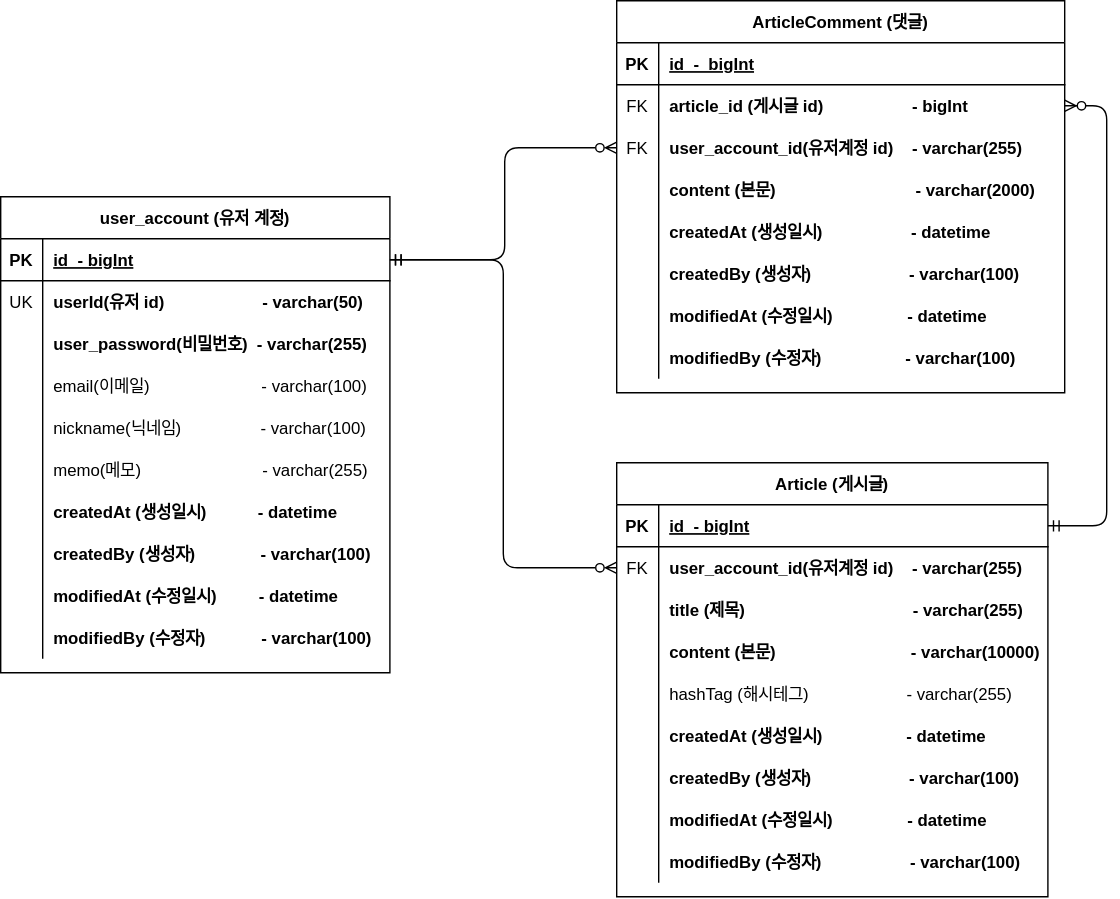
Earlier version of the draw.io export document/project-board.svg (buchonsi/board-service). Source tidied: cells renumbered, new cells last; positions are measured from the earlier drawing's top-left corner, leaving out a move shared by most shapes.
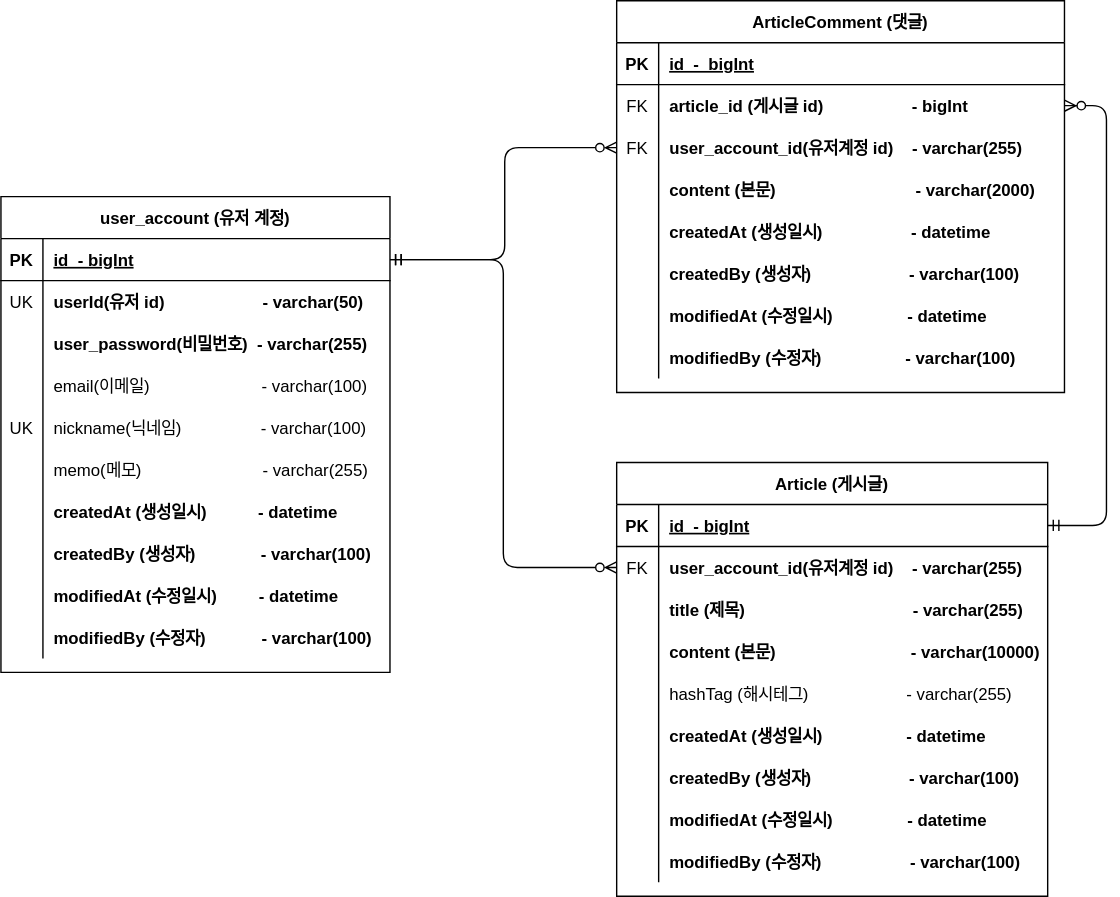
The same diagram one commit later.

Commit message:
ERD user_account email UK 추가 : project-board.svg

Diff of the diagram source:
```diff
@@ -212,7 +212,7 @@
     <mxCell id="69" style="shape=partialRectangle;fillColor=none;top=0;left=0;right=0;bottom=0;" parent="56" vertex="1">
       <mxGeometry y="150" width="278" height="30" as="geometry" />
     </mxCell>
-    <mxCell id="70" style="shape=partialRectangle;overflow=hidden;fillColor=none;top=0;left=0;bottom=0;right=0;" parent="69" vertex="1">
+    <mxCell id="70" value="UK" style="shape=partialRectangle;overflow=hidden;fillColor=none;top=0;left=0;bottom=0;right=0;" parent="69" vertex="1">
       <mxGeometry width="30" height="30" as="geometry" />
     </mxCell>
     <mxCell id="71" value="nickname(닉네임)                 - varchar(100)" style="shape=partialRectangle;overflow=hidden;fillColor=none;top=0;left=0;bottom=0;right=0;align=left;spacingLeft=6;fontStyle=0;" parent="69" vertex="1">
```
